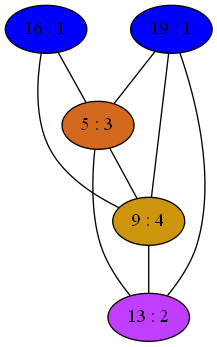
mbajaj92/Project-Astoria keeps this Graphviz diagram as Compiler/0iGraph.png. Above is the earlier version. Its source is kept beside it as Compiler/0iGraph.dot.
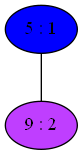
Above is the later version.

What changed in the source:
```diff
@@ -1,23 +1,6 @@
 strict graph {
-16[label="16 : 1" style=filled fillcolor="blue1"];
-16 -- 5
-16 -- 9
-19[label="19 : 1" style=filled fillcolor="blue1"];
-19 -- 5
-19 -- 9
-19 -- 13
-5[label="5 : 3" style=filled fillcolor="chocolate"];
-5 -- 16
-5 -- 19
+5[label="5 : 1" style=filled fillcolor="blue1"];
 5 -- 9
-5 -- 13
-9[label="9 : 4" style=filled fillcolor="darkgoldenrod3"];
-9 -- 16
-9 -- 19
+9[label="9 : 2" style=filled fillcolor="darkorchid1"];
 9 -- 5
-9 -- 13
-13[label="13 : 2" style=filled fillcolor="darkorchid1"];
-13 -- 19
-13 -- 5
-13 -- 9
 }
```
